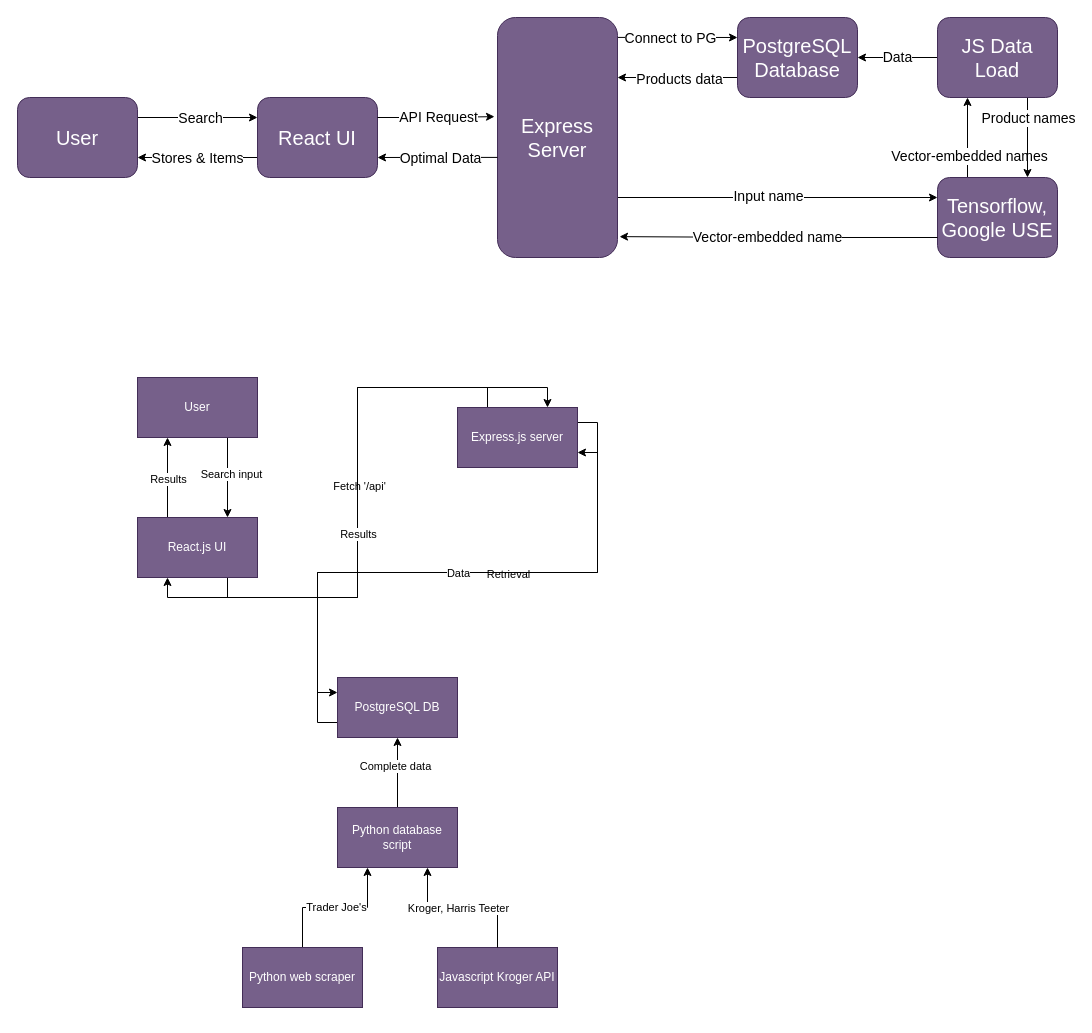
Above: grocery.drawio in benlchang/grocery_cville (draw.io), before the change. Source tidied: cells renumbered, new cells numbered last; positions are measured from the earlier drawing's top-left corner, leaving out a move shared by most shapes. Both pictures are drawn from the tidied source at 100%, with x=0, y=0 at pixel (17, 17).
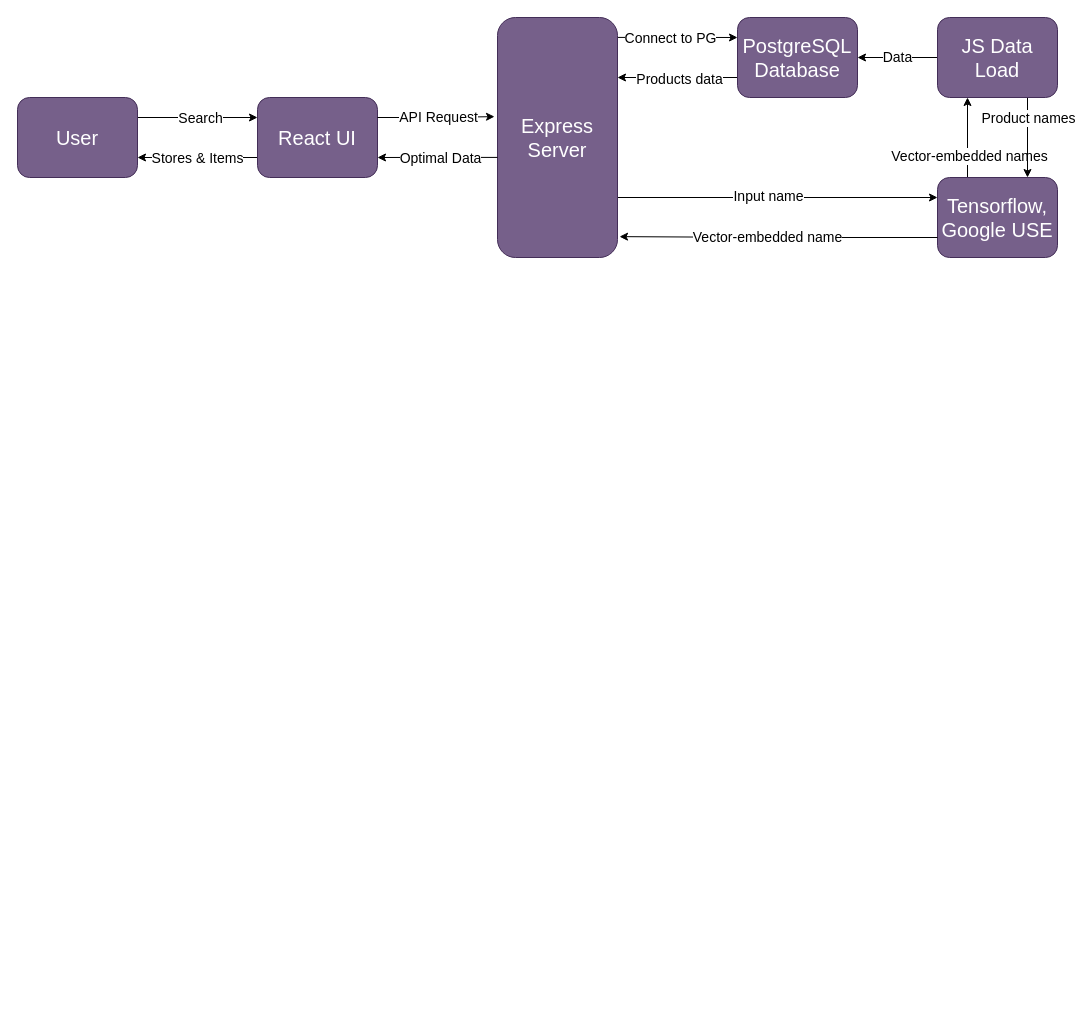
The same page after the edit.

The edit, as a diff of the source:
```diff
@@
-    <mxCell id="2" style="edgeStyle=orthogonalEdgeStyle;rounded=0;jettySize=auto;html=1;exitX=0.75;exitY=1;exitDx=0;exitDy=0;entryX=0.75;entryY=0;entryDx=0;entryDy=0;" parent="1" edge="1" source="4" target="9">
-      <mxGeometry relative="1" as="geometry" />
-    </mxCell>
-    <mxCell id="3" value="Search input" style="edgeLabel;html=1;align=center;verticalAlign=middle;" parent="2" vertex="1">
-      <mxGeometry x="-0.1" y="3" relative="1" as="geometry" />
-    </mxCell>
-    <mxCell id="4" value="User" style="whiteSpace=wrap;html=1;fillColor=#76608a;fontColor=#ffffff;strokeColor=#432D57;" parent="1" vertex="1">
-      <mxGeometry x="120" y="360" width="120" height="60" as="geometry" />
-    </mxCell>
-    <mxCell id="5" style="edgeStyle=orthogonalEdgeStyle;rounded=0;jettySize=auto;html=1;exitX=0.25;exitY=0;exitDx=0;exitDy=0;entryX=0.25;entryY=1;entryDx=0;entryDy=0;" parent="1" edge="1" source="9" target="4">
-      <mxGeometry relative="1" as="geometry" />
-    </mxCell>
-    <mxCell id="6" value="Results" style="edgeLabel;html=1;align=center;verticalAlign=middle;" parent="5" vertex="1">
-      <mxGeometry x="-0.03" relative="1" as="geometry" />
-    </mxCell>
-    <mxCell id="7" style="edgeStyle=orthogonalEdgeStyle;rounded=0;jettySize=auto;html=1;exitX=0.75;exitY=1;exitDx=0;exitDy=0;entryX=0.75;entryY=0;entryDx=0;entryDy=0;" parent="1" edge="1" source="9" target="14">
-      <mxGeometry relative="1" as="geometry" />
-    </mxCell>
-    <mxCell id="8" value="Fetch '/api'" style="edgeLabel;html=1;align=center;verticalAlign=middle;" parent="7" vertex="1">
-      <mxGeometry x="-0.08" y="-1" relative="1" as="geometry" />
-    </mxCell>
-    <mxCell id="9" value="React.js UI" style="whiteSpace=wrap;html=1;fillColor=#76608a;fontColor=#ffffff;strokeColor=#432D57;" parent="1" vertex="1">
-      <mxGeometry x="120" y="500" width="120" height="60" as="geometry" />
-    </mxCell>
-    <mxCell id="10" style="edgeStyle=orthogonalEdgeStyle;rounded=0;jettySize=auto;html=1;exitX=0.25;exitY=0;exitDx=0;exitDy=0;entryX=0.25;entryY=1;entryDx=0;entryDy=0;" parent="1" edge="1" source="14" target="9">
-      <mxGeometry relative="1" as="geometry" />
-    </mxCell>
-    <mxCell id="11" value="Results" style="edgeLabel;html=1;align=center;verticalAlign=middle;" parent="10" vertex="1">
-      <mxGeometry x="0.04" relative="1" as="geometry" />
-    </mxCell>
-    <mxCell id="12" style="edgeStyle=orthogonalEdgeStyle;rounded=0;jettySize=auto;html=1;exitX=1;exitY=0.25;exitDx=0;exitDy=0;entryX=0;entryY=0.25;entryDx=0;entryDy=0;" parent="1" edge="1" source="14" target="17">
-      <mxGeometry relative="1" as="geometry" />
-    </mxCell>
-    <mxCell id="13" value="Retrieval" style="edgeLabel;html=1;align=center;verticalAlign=middle;" parent="12" vertex="1">
-      <mxGeometry x="-0.12" y="1" relative="1" as="geometry" />
-    </mxCell>
-    <mxCell id="14" value="Express.js server" style="whiteSpace=wrap;html=1;fillColor=#76608a;fontColor=#ffffff;strokeColor=#432D57;" parent="1" vertex="1">
-      <mxGeometry x="440" y="390" width="120" height="60" as="geometry" />
-    </mxCell>
-    <mxCell id="15" style="edgeStyle=orthogonalEdgeStyle;rounded=0;jettySize=auto;html=1;exitX=0;exitY=0.75;exitDx=0;exitDy=0;entryX=1;entryY=0.75;entryDx=0;entryDy=0;" parent="1" edge="1" source="17" target="14">
-      <mxGeometry relative="1" as="geometry" />
-    </mxCell>
-    <mxCell id="16" value="Data" style="edgeLabel;html=1;align=center;verticalAlign=middle;" parent="15" vertex="1">
-      <mxGeometry x="0.05" relative="1" as="geometry" />
-    </mxCell>
-    <mxCell id="17" value="PostgreSQL DB" style="whiteSpace=wrap;html=1;fillColor=#76608a;fontColor=#ffffff;strokeColor=#432D57;" parent="1" vertex="1">
-      <mxGeometry x="320" y="660" width="120" height="60" as="geometry" />
-    </mxCell>
-    <mxCell id="18" style="edgeStyle=orthogonalEdgeStyle;rounded=0;jettySize=auto;html=1;exitX=0.5;exitY=0;exitDx=0;exitDy=0;entryX=0.25;entryY=1;entryDx=0;entryDy=0;" parent="1" edge="1" source="20" target="25">
-      <mxGeometry relative="1" as="geometry" />
-    </mxCell>
-    <mxCell id="19" value="Trader Joe's" style="edgeLabel;html=1;align=center;verticalAlign=middle;" parent="18" vertex="1">
-      <mxGeometry x="0.01" y="1" relative="1" as="geometry" />
-    </mxCell>
-    <mxCell id="20" value="Python web scraper" style="whiteSpace=wrap;html=1;fillColor=#76608a;fontColor=#ffffff;strokeColor=#432D57;" parent="1" vertex="1">
-      <mxGeometry x="225" y="930" width="120" height="60" as="geometry" />
-    </mxCell>
-    <mxCell id="21" style="edgeStyle=orthogonalEdgeStyle;rounded=0;orthogonalLoop=1;jettySize=auto;html=1;exitX=0.5;exitY=1;exitDx=0;exitDy=0;" parent="1" edge="1" source="20" target="20">
-      <mxGeometry relative="1" as="geometry" />
-    </mxCell>
-    <mxCell id="22" value="Javascript Kroger API" style="whiteSpace=wrap;html=1;fillColor=#76608a;fontColor=#ffffff;strokeColor=#432D57;" parent="1" vertex="1">
-      <mxGeometry x="420" y="930" width="120" height="60" as="geometry" />
-    </mxCell>
-    <mxCell id="23" style="edgeStyle=orthogonalEdgeStyle;rounded=0;jettySize=auto;html=1;exitX=0.5;exitY=0;exitDx=0;exitDy=0;entryX=0.5;entryY=1;entryDx=0;entryDy=0;" parent="1" edge="1" source="25" target="17">
-      <mxGeometry relative="1" as="geometry" />
-    </mxCell>
-    <mxCell id="24" value="Complete data" style="edgeLabel;html=1;align=center;verticalAlign=middle;" parent="23" vertex="1">
-      <mxGeometry x="0.2" y="3" relative="1" as="geometry" />
-    </mxCell>
-    <mxCell id="25" value="Python database script" style="whiteSpace=wrap;html=1;fillColor=#76608a;fontColor=#ffffff;strokeColor=#432D57;" parent="1" vertex="1">
-      <mxGeometry x="320" y="790" width="120" height="60" as="geometry" />
-    </mxCell>
-    <mxCell id="26" style="edgeStyle=orthogonalEdgeStyle;rounded=0;jettySize=auto;html=1;exitX=0.5;exitY=0;exitDx=0;exitDy=0;entryX=0.75;entryY=1;entryDx=0;entryDy=0;" parent="1" edge="1" source="22" target="25">
-      <mxGeometry relative="1" as="geometry" />
-    </mxCell>
-    <mxCell id="27" value="Kroger, Harris Teeter" style="edgeLabel;html=1;align=center;verticalAlign=middle;" parent="26" vertex="1">
-      <mxGeometry x="0.06" relative="1" as="geometry" />
-    </mxCell>
```
